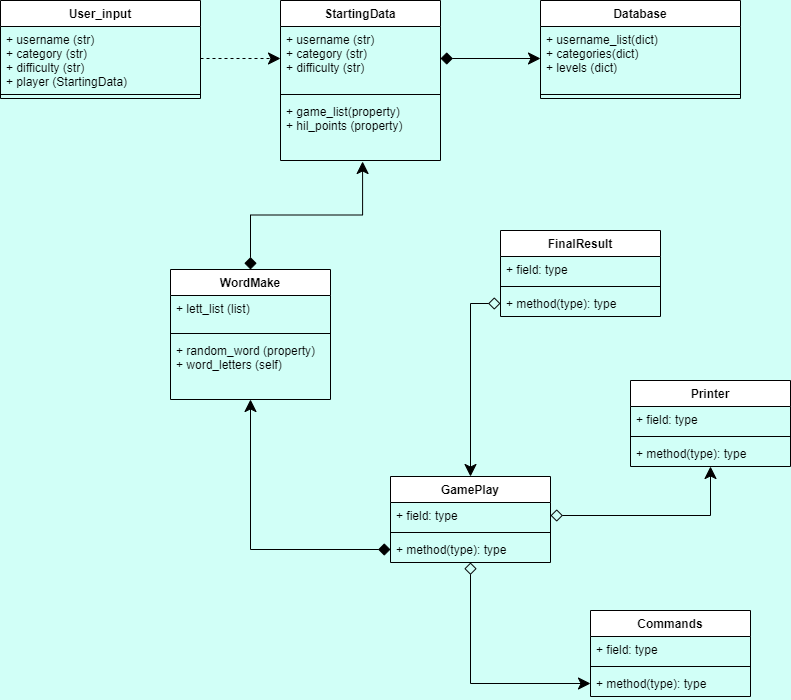
Earlier version of the draw.io export hangman/images/hangman_class_diagram.png (jordrag/Exercises). Source tidied: cells renumbered, new cells last; positions are measured from the earlier drawing's top-left corner, leaving out a move shared by most shapes.
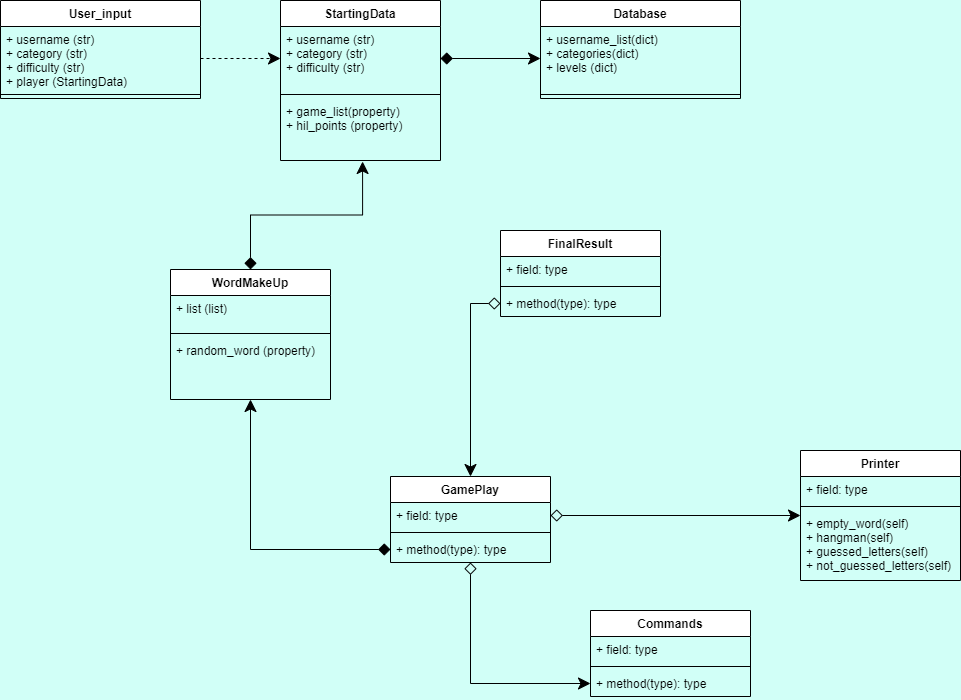
The same file after the commit.

Diff of the diagram source:
```diff
@@ -63,7 +63,7 @@
       <mxGeometry y="60" width="160" height="26" as="geometry" />
     </mxCell>
     <mxCell id="22" value="Printer" style="swimlane;fontStyle=1;align=center;verticalAlign=top;horizontal=1;startSize=26;" parent="1" vertex="1">
-      <mxGeometry x="630" y="380" width="160" height="86" as="geometry" />
+      <mxGeometry x="800" y="450" width="160" height="130" as="geometry" />
     </mxCell>
     <mxCell id="23" value="+ field: type" style="text;strokeColor=none;fillColor=none;align=left;verticalAlign=top;spacingLeft=4;spacingRight=4;overflow=hidden;" parent="22" vertex="1">
       <mxGeometry y="26" width="160" height="26" as="geometry" />
@@ -71,8 +71,8 @@
     <mxCell id="24" style="line;strokeWidth=1;fillColor=none;align=left;verticalAlign=middle;spacingTop=-1;spacingLeft=3;spacingRight=3;labelPosition=right;strokeColor=inherit;" parent="22" vertex="1">
       <mxGeometry y="52" width="160" height="8" as="geometry" />
     </mxCell>
-    <mxCell id="25" value="+ method(type): type" style="text;strokeColor=none;fillColor=none;align=left;verticalAlign=top;spacingLeft=4;spacingRight=4;overflow=hidden;" parent="22" vertex="1">
-      <mxGeometry y="60" width="160" height="26" as="geometry" />
+    <mxCell id="25" value="+ empty_word(self)&#10;+ hangman(self)&#10;+ guessed_letters(self)&#10;+ not_guessed_letters(self)" style="text;strokeColor=none;fillColor=none;align=left;verticalAlign=top;spacingLeft=4;spacingRight=4;overflow=hidden;" parent="22" vertex="1">
+      <mxGeometry y="60" width="160" height="70" as="geometry" />
     </mxCell>
     <mxCell id="26" value="User_input" style="swimlane;fontStyle=1;align=center;verticalAlign=top;horizontal=1;startSize=26;" parent="1" vertex="1">
       <mxGeometry width="200" height="98" as="geometry" />
@@ -86,16 +86,16 @@
     <mxCell id="29" style="edgeStyle=orthogonalEdgeStyle;rounded=0;jettySize=auto;html=1;exitX=0.5;exitY=0;exitDx=0;exitDy=0;entryX=0.513;entryY=1.016;entryDx=0;entryDy=0;entryPerimeter=0;startArrow=diamond;startFill=1;endArrow=classic;endFill=1;startSize=10;endSize=10;" parent="1" edge="1" source="30" target="8">
       <mxGeometry relative="1" as="geometry" />
     </mxCell>
-    <mxCell id="30" value="WordMake" style="swimlane;fontStyle=1;align=center;verticalAlign=top;horizontal=1;startSize=26;" parent="1" vertex="1">
+    <mxCell id="30" value="WordMakeUp" style="swimlane;fontStyle=1;align=center;verticalAlign=top;horizontal=1;startSize=26;" parent="1" vertex="1">
       <mxGeometry x="170" y="269" width="160" height="130" as="geometry" />
     </mxCell>
-    <mxCell id="31" value="+ lett_list (list)&#10;" style="text;strokeColor=none;fillColor=none;align=left;verticalAlign=top;spacingLeft=4;spacingRight=4;overflow=hidden;" parent="30" vertex="1">
+    <mxCell id="31" value="+ list (list)&#10;" style="text;strokeColor=none;fillColor=none;align=left;verticalAlign=top;spacingLeft=4;spacingRight=4;overflow=hidden;" parent="30" vertex="1">
       <mxGeometry y="26" width="160" height="34" as="geometry" />
     </mxCell>
     <mxCell id="32" style="line;strokeWidth=1;fillColor=none;align=left;verticalAlign=middle;spacingTop=-1;spacingLeft=3;spacingRight=3;labelPosition=right;strokeColor=inherit;" parent="30" vertex="1">
       <mxGeometry y="60" width="160" height="8" as="geometry" />
     </mxCell>
-    <mxCell id="33" value="+ random_word (property)&#10;+ word_letters (self)" style="text;strokeColor=none;fillColor=none;align=left;verticalAlign=top;spacingLeft=4;spacingRight=4;overflow=hidden;" parent="30" vertex="1">
+    <mxCell id="33" value="+ random_word (property)&#10;" style="text;strokeColor=none;fillColor=none;align=left;verticalAlign=top;spacingLeft=4;spacingRight=4;overflow=hidden;" parent="30" vertex="1">
       <mxGeometry y="68" width="160" height="62" as="geometry" />
     </mxCell>
     <mxCell id="34" style="edgeStyle=orthogonalEdgeStyle;rounded=0;jettySize=auto;html=1;exitX=1;exitY=0.5;exitDx=0;exitDy=0;entryX=0;entryY=0.5;entryDx=0;entryDy=0;startArrow=none;startFill=0;endArrow=classic;endFill=1;startSize=10;endSize=10;dashed=1;" parent="1" edge="1" source="27" target="6">
```
